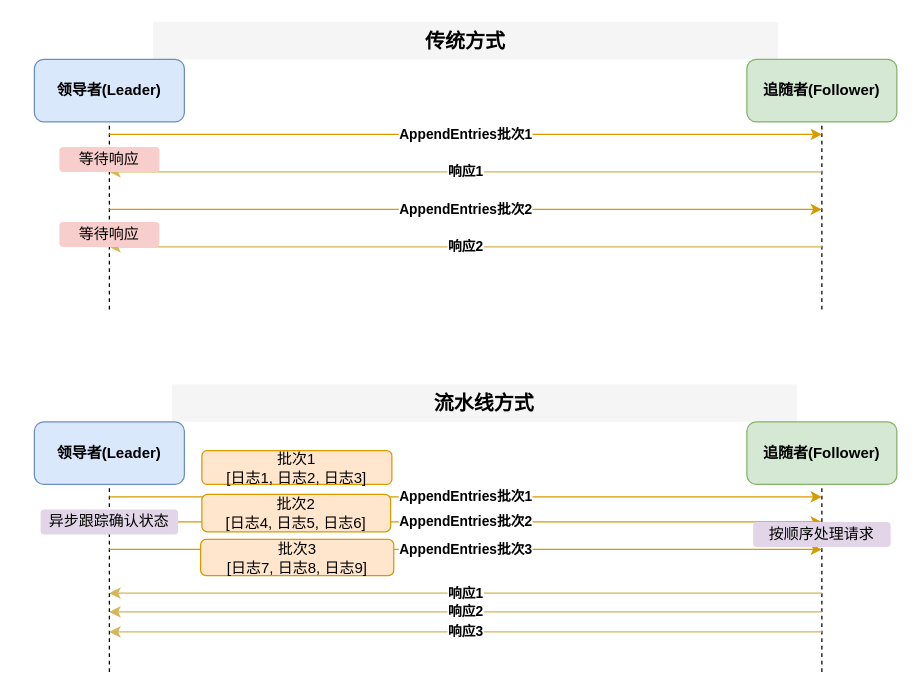
hanzug/draw.io keeps this draw.io diagram as projects/日志流水线示意图.drawio. Above is the earlier version. Source tidied: cells renumbered, new cells numbered last; positions are measured from the earlier drawing's top-left corner, leaving out a move shared by most shapes. Both pictures are drawn from the tidied source at 125%, with x=0, y=0 at pixel (34, 21).
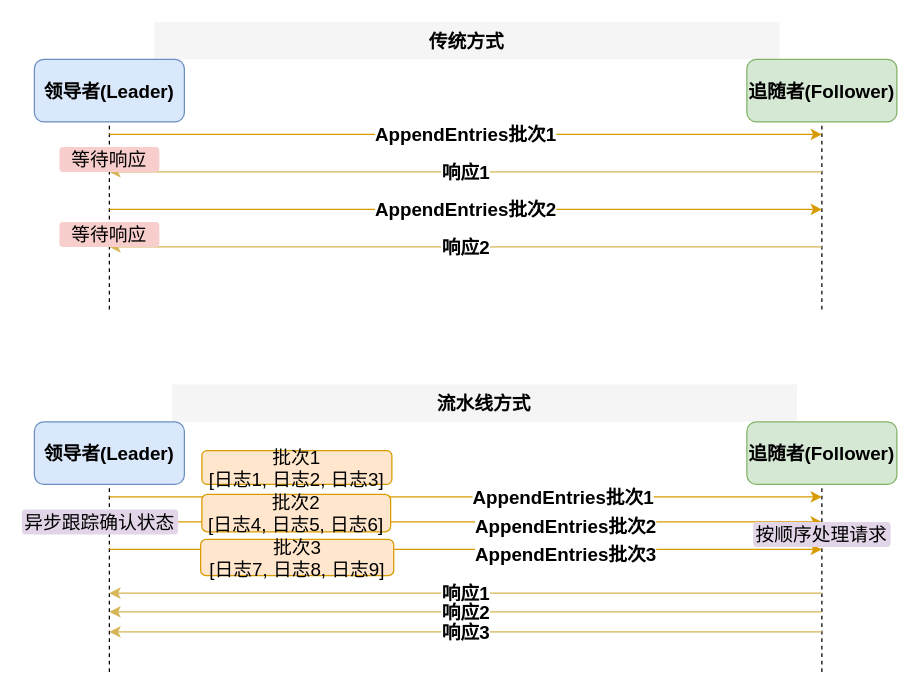
The same diagram, later.

Commit message (it also covers changes not shown here):
更新日志流水线示意图.drawio

Diff of the diagram source:
```diff
@@
-    <mxCell id="2" value="传统方式" style="text;html=1;strokeColor=none;fillColor=#f5f5f5;align=center;verticalAlign=middle;whiteSpace=wrap;rounded=0;fontSize=16;fontStyle=1;" parent="1" vertex="1">
-      <mxGeometry x="95" width="500" height="30" as="geometry" />
+    <mxCell id="2" value="传统方式" style="text;html=1;strokeColor=none;fillColor=#f5f5f5;align=center;verticalAlign=middle;whiteSpace=wrap;rounded=0;fontSize=15;fontStyle=1;" parent="1" vertex="1">
+      <mxGeometry x="96" width="500" height="30" as="geometry" />
     </mxCell>
-    <mxCell id="3" value="领导者(Leader)" style="rounded=1;whiteSpace=wrap;html=1;fillColor=#dae8fc;strokeColor=#6c8ebf;fontStyle=1;" parent="1" vertex="1">
+    <mxCell id="3" value="领导者(Leader)" style="rounded=1;whiteSpace=wrap;html=1;fillColor=#dae8fc;strokeColor=#6c8ebf;fontStyle=1;fontSize=15;" parent="1" vertex="1">
       <mxGeometry y="30" width="120" height="50" as="geometry" />
     </mxCell>
-    <mxCell id="4" value="追随者(Follower)" style="rounded=1;whiteSpace=wrap;html=1;fillColor=#d5e8d4;strokeColor=#82b366;fontStyle=1;" parent="1" vertex="1">
+    <mxCell id="4" value="追随者(Follower)" style="rounded=1;whiteSpace=wrap;html=1;fillColor=#d5e8d4;strokeColor=#82b366;fontStyle=1;fontSize=15;" parent="1" vertex="1">
       <mxGeometry x="570" y="30" width="120" height="50" as="geometry" />
     </mxCell>
-    <mxCell id="5" style="endArrow=none;dashed=1;html=1;rounded=0;entryX=0.5;entryY=1;entryDx=0;entryDy=0;" parent="1" edge="1" target="3">
+    <mxCell id="5" style="endArrow=none;dashed=1;html=1;rounded=0;entryX=0.5;entryY=1;entryDx=0;entryDy=0;fontSize=15;" parent="1" edge="1" target="3">
       <mxGeometry relative="1" as="geometry">
         <mxPoint x="60" y="230" as="sourcePoint" />
       </mxGeometry>
     </mxCell>
-    <mxCell id="6" style="endArrow=none;dashed=1;html=1;rounded=0;entryX=0.5;entryY=1;entryDx=0;entryDy=0;" parent="1" edge="1" target="4">
+    <mxCell id="6" style="endArrow=none;dashed=1;html=1;rounded=0;entryX=0.5;entryY=1;entryDx=0;entryDy=0;fontSize=15;" parent="1" edge="1" target="4">
       <mxGeometry relative="1" as="geometry">
         <mxPoint x="630" y="230" as="sourcePoint" />
       </mxGeometry>
     </mxCell>
-    <mxCell id="7" value="AppendEntries批次1" style="endArrow=classic;html=1;rounded=0;fillColor=#ffe6cc;strokeColor=#d79b00;fontStyle=1;" parent="1" edge="1">
+    <mxCell id="7" value="AppendEntries批次1" style="endArrow=classic;html=1;rounded=0;fillColor=#ffe6cc;strokeColor=#d79b00;fontStyle=1;fontSize=15;" parent="1" edge="1">
       <mxGeometry relative="1" as="geometry">
         <mxPoint x="60" y="90" as="sourcePoint" />
         <mxPoint x="630" y="90" as="targetPoint" />
       </mxGeometry>
     </mxCell>
-    <mxCell id="8" value="响应1" style="endArrow=classic;html=1;rounded=0;fillColor=#fff2cc;strokeColor=#d6b656;fontStyle=1;" parent="1" edge="1">
+    <mxCell id="8" value="响应1" style="endArrow=classic;html=1;rounded=0;fillColor=#fff2cc;strokeColor=#d6b656;fontStyle=1;fontSize=15;" parent="1" edge="1">
       <mxGeometry relative="1" as="geometry">
         <mxPoint x="630" y="120" as="sourcePoint" />
         <mxPoint x="60" y="120" as="targetPoint" />
       </mxGeometry>
     </mxCell>
-    <mxCell id="9" value="AppendEntries批次2" style="endArrow=classic;html=1;rounded=0;fillColor=#ffe6cc;strokeColor=#d79b00;fontStyle=1;" parent="1" edge="1">
+    <mxCell id="9" value="AppendEntries批次2" style="endArrow=classic;html=1;rounded=0;fillColor=#ffe6cc;strokeColor=#d79b00;fontStyle=1;fontSize=15;" parent="1" edge="1">
       <mxGeometry relative="1" as="geometry">
         <mxPoint x="60" y="150" as="sourcePoint" />
         <mxPoint x="630" y="150" as="targetPoint" />
       </mxGeometry>
     </mxCell>
-    <mxCell id="10" value="响应2" style="endArrow=classic;html=1;rounded=0;fillColor=#fff2cc;strokeColor=#d6b656;fontStyle=1;" parent="1" edge="1">
+    <mxCell id="10" value="响应2" style="endArrow=classic;html=1;rounded=0;fillColor=#fff2cc;strokeColor=#d6b656;fontStyle=1;fontSize=15;" parent="1" edge="1">
       <mxGeometry relative="1" as="geometry">
         <mxPoint x="630" y="180" as="sourcePoint" />
         <mxPoint x="60" y="180" as="targetPoint" />
       </mxGeometry>
     </mxCell>
-    <mxCell id="11" value="等待响应" style="text;html=1;strokeColor=none;fillColor=#f8cecc;align=center;verticalAlign=middle;whiteSpace=wrap;rounded=1;fontSize=12;" parent="1" vertex="1">
+    <mxCell id="11" value="等待响应" style="text;html=1;strokeColor=none;fillColor=#f8cecc;align=center;verticalAlign=middle;whiteSpace=wrap;rounded=1;fontSize=15;" parent="1" vertex="1">
       <mxGeometry x="20" y="100" width="80" height="20" as="geometry" />
     </mxCell>
-    <mxCell id="12" value="等待响应" style="text;html=1;strokeColor=none;fillColor=#f8cecc;align=center;verticalAlign=middle;whiteSpace=wrap;rounded=1;fontSize=12;" parent="1" vertex="1">
+    <mxCell id="12" value="等待响应" style="text;html=1;strokeColor=none;fillColor=#f8cecc;align=center;verticalAlign=middle;whiteSpace=wrap;rounded=1;fontSize=15;" parent="1" vertex="1">
       <mxGeometry x="20" y="160" width="80" height="20" as="geometry" />
     </mxCell>
-    <mxCell id="13" value="流水线方式" style="text;html=1;strokeColor=none;fillColor=#f5f5f5;align=center;verticalAlign=middle;whiteSpace=wrap;rounded=0;fontSize=16;fontStyle=1;" parent="1" vertex="1">
+    <mxCell id="13" value="流水线方式" style="text;html=1;strokeColor=none;fillColor=#f5f5f5;align=center;verticalAlign=middle;whiteSpace=wrap;rounded=0;fontSize=15;fontStyle=1;" parent="1" vertex="1">
       <mxGeometry x="110" y="290" width="500" height="30" as="geometry" />
     </mxCell>
-    <mxCell id="14" value="领导者(Leader)" style="rounded=1;whiteSpace=wrap;html=1;fillColor=#dae8fc;strokeColor=#6c8ebf;fontStyle=1;" parent="1" vertex="1">
+    <mxCell id="14" value="领导者(Leader)" style="rounded=1;whiteSpace=wrap;html=1;fillColor=#dae8fc;strokeColor=#6c8ebf;fontStyle=1;fontSize=15;" parent="1" vertex="1">
       <mxGeometry y="320" width="120" height="50" as="geometry" />
     </mxCell>
-    <mxCell id="15" value="追随者(Follower)" style="rounded=1;whiteSpace=wrap;html=1;fillColor=#d5e8d4;strokeColor=#82b366;fontStyle=1;" parent="1" vertex="1">
+    <mxCell id="15" value="追随者(Follower)" style="rounded=1;whiteSpace=wrap;html=1;fillColor=#d5e8d4;strokeColor=#82b366;fontStyle=1;fontSize=15;" parent="1" vertex="1">
       <mxGeometry x="570" y="320" width="120" height="50" as="geometry" />
     </mxCell>
-    <mxCell id="16" style="endArrow=none;dashed=1;html=1;rounded=0;entryX=0.5;entryY=1;entryDx=0;entryDy=0;" parent="1" edge="1" target="14">
+    <mxCell id="16" style="endArrow=none;dashed=1;html=1;rounded=0;entryX=0.5;entryY=1;entryDx=0;entryDy=0;fontSize=15;" parent="1" edge="1" target="14">
       <mxGeometry relative="1" as="geometry">
         <mxPoint x="60" y="520" as="sourcePoint" />
       </mxGeometry>
     </mxCell>
-    <mxCell id="17" style="endArrow=none;dashed=1;html=1;rounded=0;entryX=0.5;entryY=1;entryDx=0;entryDy=0;" parent="1" edge="1" target="15">
+    <mxCell id="17" style="endArrow=none;dashed=1;html=1;rounded=0;entryX=0.5;entryY=1;entryDx=0;entryDy=0;fontSize=15;" parent="1" edge="1" target="15">
       <mxGeometry relative="1" as="geometry">
         <mxPoint x="630" y="520" as="sourcePoint" />
       </mxGeometry>
     </mxCell>
-    <mxCell id="18" value="AppendEntries批次1" style="endArrow=classic;html=1;rounded=0;fillColor=#ffe6cc;strokeColor=#d79b00;fontStyle=1;" parent="1" edge="1">
-      <mxGeometry relative="1" as="geometry">
+    <mxCell id="18" value="AppendEntries批次1" style="endArrow=classic;html=1;rounded=0;fillColor=#ffe6cc;strokeColor=#d79b00;fontStyle=1;fontSize=15;" parent="1" edge="1">
+      <mxGeometry x="0.27" relative="1" as="geometry">
         <mxPoint x="60" y="380" as="sourcePoint" />
         <mxPoint x="630" y="380" as="targetPoint" />
+        <mxPoint x="1" as="offset" />
       </mxGeometry>
     </mxCell>
-    <mxCell id="19" value="AppendEntries批次2" style="endArrow=classic;html=1;rounded=0;fillColor=#ffe6cc;strokeColor=#d79b00;fontStyle=1;" parent="1" edge="1">
-      <mxGeometry relative="1" as="geometry">
+    <mxCell id="19" value="AppendEntries批次2" style="endArrow=classic;html=1;rounded=0;fillColor=#ffe6cc;strokeColor=#d79b00;fontStyle=1;fontSize=15;" parent="1" edge="1">
+      <mxGeometry x="0.28" y="-3" relative="1" as="geometry">
         <mxPoint x="60" y="400" as="sourcePoint" />
         <mxPoint x="630" y="400" as="targetPoint" />
       </mxGeometry>
     </mxCell>
-    <mxCell id="20" value="AppendEntries批次3" style="endArrow=classic;html=1;rounded=0;fillColor=#ffe6cc;strokeColor=#d79b00;fontStyle=1;" parent="1" edge="1">
-      <mxGeometry relative="1" as="geometry">
+    <mxCell id="20" value="AppendEntries批次3" style="endArrow=classic;html=1;rounded=0;fillColor=#ffe6cc;strokeColor=#d79b00;fontStyle=1;fontSize=15;" parent="1" edge="1">
+      <mxGeometry x="0.28" y="-4" relative="1" as="geometry">
         <mxPoint x="60" y="422" as="sourcePoint" />
         <mxPoint x="630" y="422" as="targetPoint" />
       </mxGeometry>
     </mxCell>
-    <mxCell id="21" value="响应1" style="endArrow=classic;html=1;rounded=0;fillColor=#fff2cc;strokeColor=#d6b656;fontStyle=1;" parent="1" edge="1">
+    <mxCell id="21" value="响应1" style="endArrow=classic;html=1;rounded=0;fillColor=#fff2cc;strokeColor=#d6b656;fontStyle=1;fontSize=15;" parent="1" edge="1">
       <mxGeometry relative="1" as="geometry">
         <mxPoint x="630" y="457" as="sourcePoint" />
         <mxPoint x="60" y="457" as="targetPoint" />
       </mxGeometry>
     </mxCell>
-    <mxCell id="22" value="响应2" style="endArrow=classic;html=1;rounded=0;fillColor=#fff2cc;strokeColor=#d6b656;fontStyle=1;" parent="1" edge="1">
+    <mxCell id="22" value="响应2" style="endArrow=classic;html=1;rounded=0;fillColor=#fff2cc;strokeColor=#d6b656;fontStyle=1;fontSize=15;" parent="1" edge="1">
       <mxGeometry relative="1" as="geometry">
         <mxPoint x="630" y="472" as="sourcePoint" />
         <mxPoint x="60" y="472" as="targetPoint" />
       </mxGeometry>
     </mxCell>
-    <mxCell id="23" value="响应3" style="endArrow=classic;html=1;rounded=0;fillColor=#fff2cc;strokeColor=#d6b656;fontStyle=1;" parent="1" edge="1">
+    <mxCell id="23" value="响应3" style="endArrow=classic;html=1;rounded=0;fillColor=#fff2cc;strokeColor=#d6b656;fontStyle=1;fontSize=15;" parent="1" edge="1">
       <mxGeometry relative="1" as="geometry">
         <mxPoint x="630" y="488" as="sourcePoint" />
         <mxPoint x="60" y="488" as="targetPoint" />
       </mxGeometry>
     </mxCell>
-    <mxCell id="24" value="异步跟踪确认状态" style="text;html=1;strokeColor=none;fillColor=#e1d5e7;align=center;verticalAlign=middle;whiteSpace=wrap;rounded=1;fontSize=12;" parent="1" vertex="1">
-      <mxGeometry x="5" y="390" width="110" height="20" as="geometry" />
+    <mxCell id="24" value="异步跟踪确认状态" style="text;html=1;strokeColor=none;fillColor=#e1d5e7;align=center;verticalAlign=middle;whiteSpace=wrap;rounded=1;fontSize=15;" parent="1" vertex="1">
+      <mxGeometry x="-10" y="390" width="125" height="20" as="geometry" />
     </mxCell>
-    <mxCell id="25" value="按顺序处理请求" style="text;html=1;strokeColor=none;fillColor=#e1d5e7;align=center;verticalAlign=middle;whiteSpace=wrap;rounded=1;fontSize=12;" parent="1" vertex="1">
+    <mxCell id="25" value="按顺序处理请求" style="text;html=1;strokeColor=none;fillColor=#e1d5e7;align=center;verticalAlign=middle;whiteSpace=wrap;rounded=1;fontSize=15;" parent="1" vertex="1">
       <mxGeometry x="575" y="400" width="110" height="20" as="geometry" />
     </mxCell>
-    <mxCell id="26" value="批次1&#10;[日志1, 日志2, 日志3]" style="rounded=1;whiteSpace=wrap;html=1;fillColor=#ffe6cc;strokeColor=#d79b00;align=center;verticalAlign=middle;" parent="1" vertex="1">
+    <mxCell id="26" value="批次1&#10;[日志1, 日志2, 日志3]" style="rounded=1;whiteSpace=wrap;html=1;fillColor=#ffe6cc;strokeColor=#d79b00;align=center;verticalAlign=middle;fontSize=15;" parent="1" vertex="1">
       <mxGeometry x="134" y="343" width="152" height="27" as="geometry" />
     </mxCell>
-    <mxCell id="27" value="批次2&#10;[日志4, 日志5, 日志6]" style="rounded=1;whiteSpace=wrap;html=1;fillColor=#ffe6cc;strokeColor=#d79b00;align=center;verticalAlign=middle;" parent="1" vertex="1">
+    <mxCell id="27" value="批次2&#10;[日志4, 日志5, 日志6]" style="rounded=1;whiteSpace=wrap;html=1;fillColor=#ffe6cc;strokeColor=#d79b00;align=center;verticalAlign=middle;fontSize=15;" parent="1" vertex="1">
       <mxGeometry x="134" y="378" width="151" height="30" as="geometry" />
     </mxCell>
-    <mxCell id="28" value="批次3&#10;[日志7, 日志8, 日志9]" style="rounded=1;whiteSpace=wrap;html=1;fillColor=#ffe6cc;strokeColor=#d79b00;align=center;verticalAlign=middle;" parent="1" vertex="1">
+    <mxCell id="28" value="批次3&#10;[日志7, 日志8, 日志9]" style="rounded=1;whiteSpace=wrap;html=1;fillColor=#ffe6cc;strokeColor=#d79b00;align=center;verticalAlign=middle;fontSize=15;" parent="1" vertex="1">
       <mxGeometry x="133" y="414" width="154.5" height="29" as="geometry" />
     </mxCell>
```
